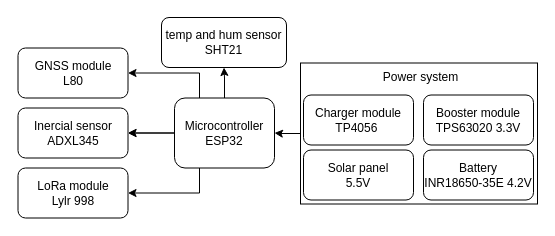
The draw.io diagram MAIN/HARDWARE_BASIC.drawio in Teusocost/Tracker_IPB, before the edit. Source tidied: cells renumbered, new cells numbered last; positions are measured from the earlier drawing's top-left corner, leaving out a move shared by most shapes. Both pictures are drawn from the tidied source at 100%, with x=0, y=0 at pixel (18, 17).
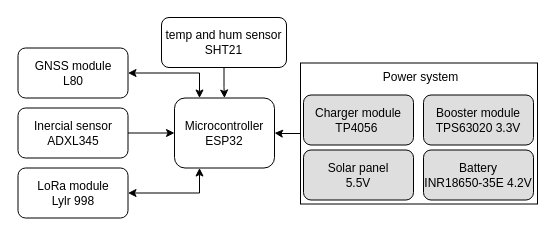
Above is the later version.

Change to the diagram source:
```diff
@@
 <mxGraphModel>
   <root>
     <mxCell id="0" />
     <mxCell id="1" parent="0" />
+    <mxCell id="15" style="rounded=0;whiteSpace=wrap;html=1;fillColor=none;" parent="1" vertex="1">
+      <mxGeometry x="282" y="45.5" width="237" height="141" as="geometry" />
+    </mxCell>
-    <mxCell id="2" value="Booster module&lt;br&gt;TPS63020 3.3V" style="rounded=1;whiteSpace=wrap;html=1;" parent="1" vertex="1">
+    <mxCell id="2" value="Booster module&lt;br&gt;TPS63020 3.3V" style="rounded=1;whiteSpace=wrap;html=1;fillColor=#DEDEDE;" parent="1" vertex="1">
       <mxGeometry x="405" y="77.5" width="110" height="50" as="geometry" />
     </mxCell>
-    <mxCell id="3" style="edgeStyle=orthogonalEdgeStyle;rounded=0;jettySize=auto;html=1;" parent="1" edge="1" source="8" target="12">
+    <mxCell id="3" style="edgeStyle=orthogonalEdgeStyle;rounded=0;jettySize=auto;html=1;strokeColor=none;" parent="1" edge="1" source="8" target="12">
       <mxGeometry relative="1" as="geometry" />
     </mxCell>
-    <mxCell id="4" style="edgeStyle=orthogonalEdgeStyle;rounded=0;jettySize=auto;html=1;" parent="1" edge="1" source="8" target="9">
-      <mxGeometry relative="1" as="geometry" />
-    </mxCell>
-    <mxCell id="5" style="edgeStyle=orthogonalEdgeStyle;rounded=0;jettySize=auto;html=1;" parent="1" edge="1" source="8" target="9">
-      <mxGeometry relative="1" as="geometry" />
-    </mxCell>
-    <mxCell id="6" style="edgeStyle=orthogonalEdgeStyle;rounded=0;jettySize=auto;html=1;exitX=0.25;exitY=0;exitDx=0;exitDy=0;entryX=1;entryY=0.5;entryDx=0;entryDy=0;" parent="1" edge="1" source="8" target="10">
+    <mxCell id="6" style="edgeStyle=orthogonalEdgeStyle;rounded=0;jettySize=auto;html=1;exitX=0.25;exitY=0;exitDx=0;exitDy=0;entryX=1;entryY=0.5;entryDx=0;entryDy=0;startArrow=classic;startFill=1;" parent="1" edge="1" source="8" target="10">
       <mxGeometry relative="1" as="geometry" />
     </mxCell>
-    <mxCell id="7" style="edgeStyle=orthogonalEdgeStyle;rounded=0;jettySize=auto;html=1;exitX=0.25;exitY=1;exitDx=0;exitDy=0;entryX=1;entryY=0.5;entryDx=0;entryDy=0;" parent="1" edge="1" source="8" target="11">
+    <mxCell id="7" style="edgeStyle=orthogonalEdgeStyle;rounded=0;jettySize=auto;html=1;exitX=0.25;exitY=1;exitDx=0;exitDy=0;entryX=1;entryY=0.5;entryDx=0;entryDy=0;startArrow=classic;startFill=1;" parent="1" edge="1" source="8" target="11">
       <mxGeometry relative="1" as="geometry" />
     </mxCell>
     <mxCell id="8" value="Microcontroller&lt;br&gt;ESP32" style="rounded=1;whiteSpace=wrap;html=1;" parent="1" vertex="1">
       <mxGeometry x="156" y="80.5" width="100" height="70" as="geometry" />
     </mxCell>
+    <mxCell id="19" style="edgeStyle=orthogonalEdgeStyle;rounded=0;jettySize=auto;html=1;" parent="1" edge="1" source="9" target="8">
+      <mxGeometry relative="1" as="geometry" />
+    </mxCell>
     <mxCell id="9" value="Inercial sensor&lt;br&gt;ADXL345" style="rounded=1;whiteSpace=wrap;html=1;" parent="1" vertex="1">
       <mxGeometry x="-0.5" y="90.5" width="110" height="50" as="geometry" />
     </mxCell>
     <mxCell id="10" value="GNSS module&lt;br&gt;L80" style="rounded=1;whiteSpace=wrap;html=1;" parent="1" vertex="1">
       <mxGeometry x="-0.5" y="30.5" width="110" height="50" as="geometry" />
     </mxCell>
     <mxCell id="11" value="LoRa module&lt;br&gt;Lylr 998" style="rounded=1;whiteSpace=wrap;html=1;" parent="1" vertex="1">
       <mxGeometry x="-0.5" y="150.5" width="110" height="50" as="geometry" />
     </mxCell>
+    <mxCell id="20" style="edgeStyle=orthogonalEdgeStyle;rounded=0;jettySize=auto;html=1;" parent="1" edge="1" source="12" target="8">
+      <mxGeometry relative="1" as="geometry" />
+    </mxCell>
     <mxCell id="12" value="temp and hum sensor &lt;br&gt;SHT21" style="rounded=1;whiteSpace=wrap;html=1;" parent="1" vertex="1">
       <mxGeometry x="143" width="125" height="50" as="geometry" />
     </mxCell>
-    <mxCell id="13" value="Charger module&lt;br&gt;TP4056&amp;nbsp;" style="rounded=1;whiteSpace=wrap;html=1;" parent="1" vertex="1">
+    <mxCell id="13" value="Charger module&lt;br&gt;TP4056&amp;nbsp;" style="rounded=1;whiteSpace=wrap;html=1;fillColor=#DEDEDE;" parent="1" vertex="1">
       <mxGeometry x="285" y="77.5" width="110" height="50" as="geometry" />
     </mxCell>
     <mxCell id="14" style="edgeStyle=orthogonalEdgeStyle;rounded=0;jettySize=auto;html=1;entryX=1;entryY=0.5;entryDx=0;entryDy=0;" parent="1" edge="1" source="15" target="8">
       <mxGeometry relative="1" as="geometry" />
     </mxCell>
-    <mxCell id="15" style="rounded=0;whiteSpace=wrap;html=1;fillColor=none;" parent="1" vertex="1">
-      <mxGeometry x="282" y="45.5" width="237" height="141" as="geometry" />
-    </mxCell>
     <mxCell id="16" value="Power system" style="text;html=1;align=center;verticalAlign=middle;strokeColor=none;fillColor=none;" parent="1" vertex="1">
       <mxGeometry x="352" y="44.5" width="100" height="30" as="geometry" />
     </mxCell>
-    <mxCell id="17" value="Battery&lt;br&gt;INR18650-35E 4.2V" style="rounded=1;whiteSpace=wrap;html=1;" parent="1" vertex="1">
+    <mxCell id="17" value="Battery&lt;br&gt;INR18650-35E 4.2V" style="rounded=1;whiteSpace=wrap;html=1;fillColor=#DEDEDE;" parent="1" vertex="1">
       <mxGeometry x="405" y="132.5" width="110" height="50" as="geometry" />
     </mxCell>
-    <mxCell id="18" value="Solar panel&lt;br&gt;5.5V" style="rounded=1;whiteSpace=wrap;html=1;" parent="1" vertex="1">
+    <mxCell id="18" value="Solar panel&lt;br&gt;5.5V" style="rounded=1;whiteSpace=wrap;html=1;fillColor=#DEDEDE;" parent="1" vertex="1">
       <mxGeometry x="285" y="132.5" width="110" height="50" as="geometry" />
     </mxCell>
   </root>
 </mxGraphModel>
```
